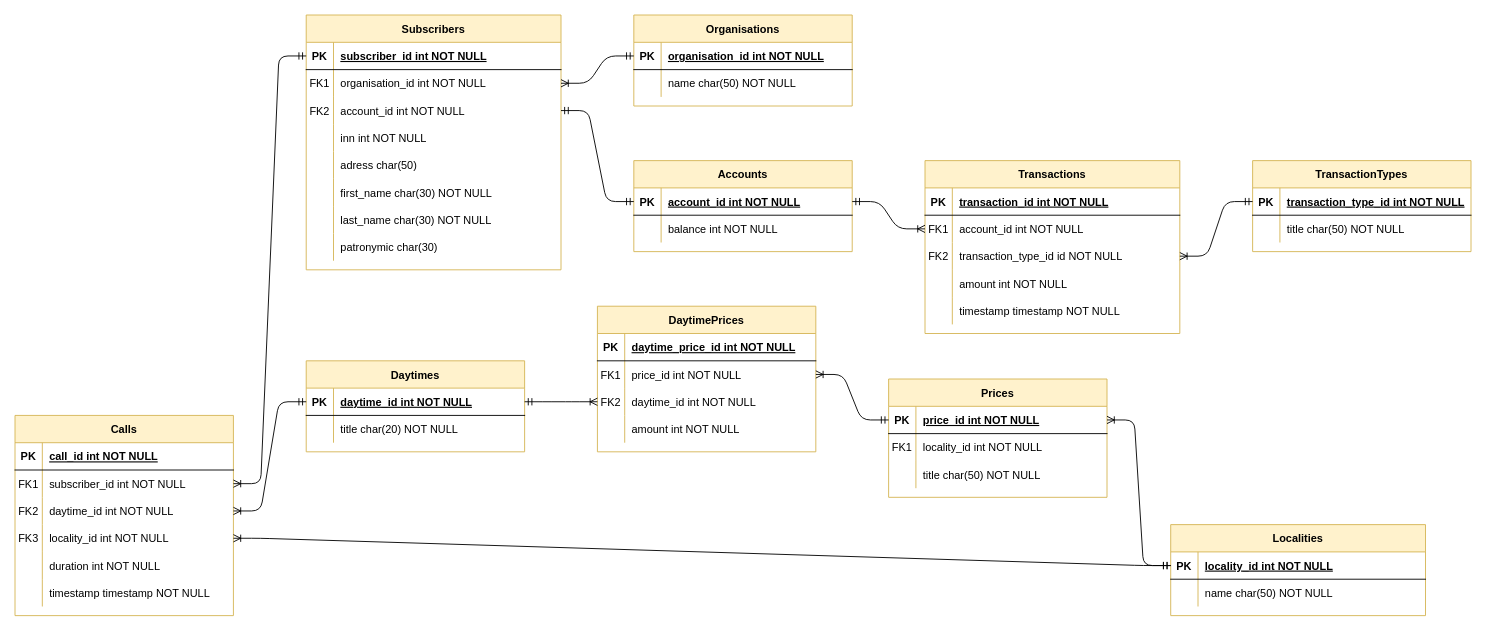
temoncher/telephone-company-api keeps this draw.io diagram as DBSchema.drawio. Above is the earlier version. Source tidied: cells renumbered, new cells numbered last; positions are measured from the earlier drawing's top-left corner, leaving out a move shared by most shapes. Both pictures are drawn from the tidied source at 91%, with x=0, y=0 at pixel (15, 15).
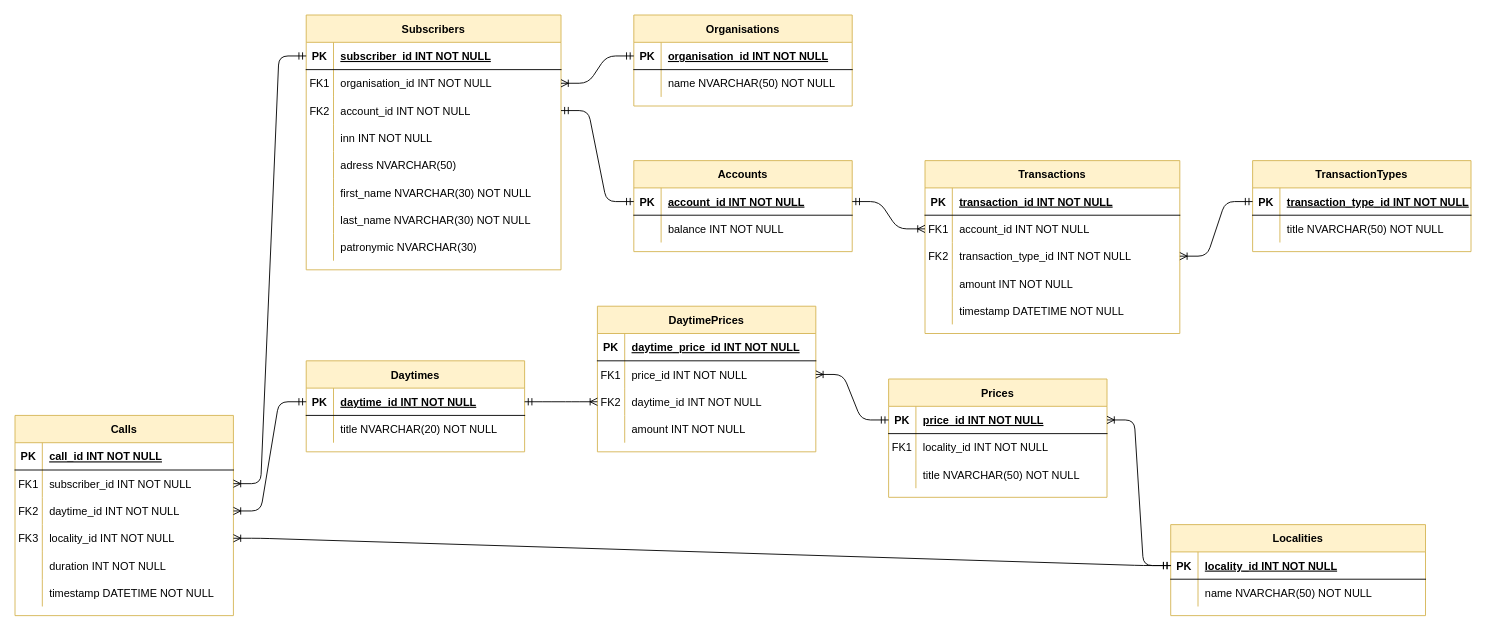
The same diagram, later.

Unchanged cells that the change refers to:
```xml
<mxCell id="3" style="shape=partialRectangle;fillColor=none;points=[[0,0.5],[1,0.5]];portConstraint=eastwest;top=0;left=0;right=0;bottom=1;" parent="2" vertex="1">
<mxCell id="6" style="shape=partialRectangle;fillColor=none;top=0;left=0;right=0;bottom=0;" parent="2" vertex="1">
<mxCell id="10" style="shape=partialRectangle;fillColor=none;points=[[0,0.5],[1,0.5]];portConstraint=eastwest;top=0;left=0;right=0;bottom=1;" parent="9" vertex="1">
<mxCell id="13" style="shape=partialRectangle;fillColor=none;top=0;left=0;right=0;bottom=0;" parent="9" vertex="1">
<mxCell id="17" style="shape=partialRectangle;fillColor=none;points=[[0,0.5],[1,0.5]];portConstraint=eastwest;top=0;left=0;right=0;bottom=1;" parent="16" vertex="1">
<mxCell id="20" style="shape=partialRectangle;fillColor=none;points=[[0,0.5],[1,0.5]];portConstraint=eastwest;top=0;left=0;right=0;bottom=0;" parent="16" vertex="1">
<mxCell id="23" style="shape=partialRectangle;fillColor=none;points=[[0,0.5],[1,0.5]];portConstraint=eastwest;top=0;left=0;right=0;bottom=0;" parent="16" vertex="1">
<mxCell id="26" style="shape=partialRectangle;fillColor=none;top=0;left=0;right=0;bottom=0;" parent="16" vertex="1">
<mxCell id="29" style="shape=partialRectangle;fillColor=none;top=0;left=0;right=0;bottom=0;" parent="16" vertex="1">
<mxCell id="32" style="shape=partialRectangle;fillColor=none;top=0;left=0;right=0;bottom=0;" parent="16" vertex="1">
<mxCell id="35" style="shape=partialRectangle;fillColor=none;top=0;left=0;right=0;bottom=0;" parent="16" vertex="1">
<mxCell id="38" style="shape=partialRectangle;fillColor=none;top=0;left=0;right=0;bottom=0;" parent="16" vertex="1">
<mxCell id="43" style="shape=partialRectangle;fillColor=none;top=0;left=0;bottom=1;right=0;" parent="42" vertex="1">
<mxCell id="46" style="shape=partialRectangle;fillColor=none;top=0;left=0;bottom=0;right=0;points=[[0,0.5],[1,0.5]];portConstraint=eastwest;" parent="42" vertex="1">
<mxCell id="49" style="shape=partialRectangle;fillColor=none;top=0;left=0;bottom=0;right=0;points=[[0,0.5],[1,0.5]];portConstraint=eastwest;" parent="42" vertex="1">
<mxCell id="52" style="shape=partialRectangle;fillColor=none;top=0;left=0;bottom=0;right=0;" parent="42" vertex="1">
<mxCell id="55" style="shape=partialRectangle;fillColor=none;top=0;left=0;bottom=0;right=0;" parent="42" vertex="1">
<mxCell id="59" style="shape=partialRectangle;fillColor=none;top=0;left=0;bottom=1;right=0;points=[[0,0.5],[1,0.5]];portConstraint=eastwest;" parent="58" vertex="1">
<mxCell id="62" style="shape=partialRectangle;fillColor=none;top=0;left=0;bottom=0;right=0;" parent="58" vertex="1">
<mxCell id="66" style="shape=partialRectangle;fillColor=none;top=0;left=0;bottom=1;right=0;points=[[0,0.5],[1,0.5]];portConstraint=eastwest;" parent="65" vertex="1">
<mxCell id="69" style="shape=partialRectangle;fillColor=none;top=0;left=0;bottom=0;right=0;" parent="65" vertex="1">
<mxCell id="72" style="shape=partialRectangle;fillColor=none;top=0;left=0;bottom=0;right=0;" parent="65" vertex="1">
<mxCell id="76" style="shape=partialRectangle;fillColor=none;top=0;left=0;bottom=1;right=0;" parent="75" vertex="1">
<mxCell id="79" style="shape=partialRectangle;fillColor=none;top=0;left=0;bottom=0;right=0;points=[[0,0.5],[1,0.5]];portConstraint=eastwest;" parent="75" vertex="1">
<mxCell id="82" style="shape=partialRectangle;fillColor=none;top=0;left=0;bottom=0;right=0;points=[[0,0.5],[1,0.5]];portConstraint=eastwest;" parent="75" vertex="1">
<mxCell id="85" style="shape=partialRectangle;fillColor=none;top=0;left=0;bottom=0;right=0;" parent="75" vertex="1">
<mxCell id="93" style="shape=partialRectangle;fillColor=none;top=0;left=0;bottom=1;right=0;" parent="92" vertex="1">
<mxCell id="96" style="shape=partialRectangle;fillColor=none;top=0;left=0;bottom=0;right=0;points=[[0,0.5],[1,0.5]];portConstraint=eastwest;" parent="92" vertex="1">
<mxCell id="99" style="shape=partialRectangle;fillColor=none;top=0;left=0;bottom=0;right=0;points=[[0,0.5],[1,0.5]];portConstraint=eastwest;" parent="92" vertex="1">
<mxCell id="102" style="shape=partialRectangle;fillColor=none;top=0;left=0;bottom=0;right=0;points=[[0,0.5],[1,0.5]];portConstraint=eastwest;" parent="92" vertex="1">
<mxCell id="105" style="shape=partialRectangle;fillColor=none;top=0;left=0;bottom=0;right=0;" parent="92" vertex="1">
<mxCell id="108" style="shape=partialRectangle;fillColor=none;top=0;left=0;bottom=0;right=0;" parent="92" vertex="1">
<mxCell id="114" style="shape=partialRectangle;fillColor=none;top=0;left=0;bottom=1;right=0;points=[[0,0.5],[1,0.5]];portConstraint=eastwest;" parent="113" vertex="1">
<mxCell id="117" style="shape=partialRectangle;fillColor=none;top=0;left=0;bottom=0;right=0;" parent="113" vertex="1">
<mxCell id="123" style="shape=partialRectangle;fillColor=none;top=0;left=0;bottom=1;right=0;points=[[0,0.5],[1,0.5]];portConstraint=eastwest;" parent="122" vertex="1">
<mxCell id="126" style="shape=partialRectangle;fillColor=none;top=0;left=0;bottom=0;right=0;" parent="122" vertex="1">
```

What changed in the source:
```diff
@@
-    <mxCell id="5" value="organisation_id int NOT NULL " style="shape=partialRectangle;overflow=hidden;fillColor=none;top=0;left=0;bottom=0;right=0;align=left;spacingLeft=6;fontStyle=5;" parent="3" vertex="1">
+    <mxCell id="5" value="organisation_id INT NOT NULL " style="shape=partialRectangle;overflow=hidden;fillColor=none;top=0;left=0;bottom=0;right=0;align=left;spacingLeft=6;fontStyle=5;" parent="3" vertex="1">
       <mxGeometry x="30" width="210" height="30" as="geometry" />
     </mxCell>
@@
-    <mxCell id="8" value="name char(50) NOT NULL" style="shape=partialRectangle;overflow=hidden;fillColor=none;top=0;left=0;bottom=0;right=0;align=left;spacingLeft=6;" parent="6" vertex="1">
+    <mxCell id="8" value="name NVARCHAR(50) NOT NULL" style="shape=partialRectangle;overflow=hidden;fillColor=none;top=0;left=0;bottom=0;right=0;align=left;spacingLeft=6;" parent="6" vertex="1">
       <mxGeometry x="30" width="210" height="30" as="geometry" />
     </mxCell>
@@
-    <mxCell id="12" value="account_id int NOT NULL " style="shape=partialRectangle;overflow=hidden;fillColor=none;top=0;left=0;bottom=0;right=0;align=left;spacingLeft=6;fontStyle=5;" parent="10" vertex="1">
+    <mxCell id="12" value="account_id INT NOT NULL " style="shape=partialRectangle;overflow=hidden;fillColor=none;top=0;left=0;bottom=0;right=0;align=left;spacingLeft=6;fontStyle=5;" parent="10" vertex="1">
       <mxGeometry x="30" width="210" height="30" as="geometry" />
     </mxCell>
@@
-    <mxCell id="15" value="balance int NOT NULL" style="shape=partialRectangle;overflow=hidden;fillColor=none;top=0;left=0;bottom=0;right=0;align=left;spacingLeft=6;" parent="13" vertex="1">
+    <mxCell id="15" value="balance INT NOT NULL" style="shape=partialRectangle;overflow=hidden;fillColor=none;top=0;left=0;bottom=0;right=0;align=left;spacingLeft=6;" parent="13" vertex="1">
       <mxGeometry x="30" width="210" height="30" as="geometry" />
     </mxCell>
@@
-    <mxCell id="19" value="subscriber_id int NOT NULL " style="shape=partialRectangle;overflow=hidden;fillColor=none;top=0;left=0;bottom=0;right=0;align=left;spacingLeft=6;fontStyle=5;" parent="17" vertex="1">
+    <mxCell id="19" value="subscriber_id INT NOT NULL " style="shape=partialRectangle;overflow=hidden;fillColor=none;top=0;left=0;bottom=0;right=0;align=left;spacingLeft=6;fontStyle=5;" parent="17" vertex="1">
       <mxGeometry x="30" width="250" height="30" as="geometry" />
     </mxCell>
@@
-    <mxCell id="22" value="organisation_id int NOT NULL" style="shape=partialRectangle;overflow=hidden;fillColor=none;top=0;left=0;bottom=0;right=0;align=left;spacingLeft=6;" parent="20" vertex="1">
+    <mxCell id="22" value="organisation_id INT NOT NULL" style="shape=partialRectangle;overflow=hidden;fillColor=none;top=0;left=0;bottom=0;right=0;align=left;spacingLeft=6;" parent="20" vertex="1">
       <mxGeometry x="30" width="250" height="30" as="geometry" />
     </mxCell>
@@
-    <mxCell id="25" value="account_id int NOT NULL" style="shape=partialRectangle;overflow=hidden;fillColor=none;top=0;left=0;bottom=0;right=0;align=left;spacingLeft=6;" parent="23" vertex="1">
+    <mxCell id="25" value="account_id INT NOT NULL" style="shape=partialRectangle;overflow=hidden;fillColor=none;top=0;left=0;bottom=0;right=0;align=left;spacingLeft=6;" parent="23" vertex="1">
       <mxGeometry x="30" width="250" height="30" as="geometry" />
     </mxCell>
@@
-    <mxCell id="28" value="inn int NOT NULL" style="shape=partialRectangle;overflow=hidden;fillColor=none;top=0;left=0;bottom=0;right=0;align=left;spacingLeft=6;" parent="26" vertex="1">
+    <mxCell id="28" value="inn INT NOT NULL" style="shape=partialRectangle;overflow=hidden;fillColor=none;top=0;left=0;bottom=0;right=0;align=left;spacingLeft=6;" parent="26" vertex="1">
       <mxGeometry x="30" width="250" height="30" as="geometry" />
     </mxCell>
@@
-    <mxCell id="31" value="adress char(50)" style="shape=partialRectangle;overflow=hidden;fillColor=none;top=0;left=0;bottom=0;right=0;align=left;spacingLeft=6;" parent="29" vertex="1">
+    <mxCell id="31" value="adress NVARCHAR(50)" style="shape=partialRectangle;overflow=hidden;fillColor=none;top=0;left=0;bottom=0;right=0;align=left;spacingLeft=6;" parent="29" vertex="1">
       <mxGeometry x="30" width="250" height="30" as="geometry" />
     </mxCell>
@@
-    <mxCell id="34" value="first_name char(30) NOT NULL" style="shape=partialRectangle;overflow=hidden;fillColor=none;top=0;left=0;bottom=0;right=0;align=left;spacingLeft=6;" parent="32" vertex="1">
+    <mxCell id="34" value="first_name NVARCHAR(30) NOT NULL" style="shape=partialRectangle;overflow=hidden;fillColor=none;top=0;left=0;bottom=0;right=0;align=left;spacingLeft=6;" parent="32" vertex="1">
       <mxGeometry x="30" width="250" height="30" as="geometry" />
     </mxCell>
@@
-    <mxCell id="37" value="last_name char(30) NOT NULL" style="shape=partialRectangle;overflow=hidden;fillColor=none;top=0;left=0;bottom=0;right=0;align=left;spacingLeft=6;" parent="35" vertex="1">
+    <mxCell id="37" value="last_name NVARCHAR(30) NOT NULL" style="shape=partialRectangle;overflow=hidden;fillColor=none;top=0;left=0;bottom=0;right=0;align=left;spacingLeft=6;" parent="35" vertex="1">
       <mxGeometry x="30" width="250" height="30" as="geometry" />
     </mxCell>
@@
-    <mxCell id="40" value="patronymic char(30)" style="shape=partialRectangle;overflow=hidden;fillColor=none;top=0;left=0;bottom=0;right=0;align=left;spacingLeft=6;" parent="38" vertex="1">
+    <mxCell id="40" value="patronymic NVARCHAR(30)" style="shape=partialRectangle;overflow=hidden;fillColor=none;top=0;left=0;bottom=0;right=0;align=left;spacingLeft=6;" parent="38" vertex="1">
       <mxGeometry x="30" width="250" height="30" as="geometry" />
     </mxCell>
@@
-    <mxCell id="45" value="transaction_id int NOT NULL" style="shape=partialRectangle;fillColor=none;top=0;left=0;bottom=0;right=0;align=left;spacingLeft=6;fontStyle=5;overflow=hidden;" parent="43" vertex="1">
+    <mxCell id="45" value="transaction_id INT NOT NULL" style="shape=partialRectangle;fillColor=none;top=0;left=0;bottom=0;right=0;align=left;spacingLeft=6;fontStyle=5;overflow=hidden;" parent="43" vertex="1">
       <mxGeometry x="30" width="250" height="30" as="geometry" />
     </mxCell>
@@
-    <mxCell id="48" value="account_id int NOT NULL" style="shape=partialRectangle;fillColor=none;top=0;left=0;bottom=0;right=0;align=left;spacingLeft=6;overflow=hidden;" parent="46" vertex="1">
+    <mxCell id="48" value="account_id INT NOT NULL" style="shape=partialRectangle;fillColor=none;top=0;left=0;bottom=0;right=0;align=left;spacingLeft=6;overflow=hidden;" parent="46" vertex="1">
       <mxGeometry x="30" width="250" height="30" as="geometry" />
     </mxCell>
@@
-    <mxCell id="51" value="transaction_type_id id NOT NULL" style="shape=partialRectangle;fillColor=none;top=0;left=0;bottom=0;right=0;align=left;spacingLeft=6;overflow=hidden;" parent="49" vertex="1">
+    <mxCell id="51" value="transaction_type_id INT NOT NULL" style="shape=partialRectangle;fillColor=none;top=0;left=0;bottom=0;right=0;align=left;spacingLeft=6;overflow=hidden;" parent="49" vertex="1">
       <mxGeometry x="30" width="250" height="30" as="geometry" />
     </mxCell>
@@
-    <mxCell id="54" value="amount int NOT NULL" style="shape=partialRectangle;fillColor=none;top=0;left=0;bottom=0;right=0;align=left;spacingLeft=6;overflow=hidden;" parent="52" vertex="1">
+    <mxCell id="54" value="amount INT NOT NULL" style="shape=partialRectangle;fillColor=none;top=0;left=0;bottom=0;right=0;align=left;spacingLeft=6;overflow=hidden;" parent="52" vertex="1">
       <mxGeometry x="30" width="250" height="30" as="geometry" />
     </mxCell>
@@
-    <mxCell id="57" value="timestamp timestamp NOT NULL" style="shape=partialRectangle;fillColor=none;top=0;left=0;bottom=0;right=0;align=left;spacingLeft=6;overflow=hidden;" parent="55" vertex="1">
+    <mxCell id="57" value="timestamp DATETIME NOT NULL" style="shape=partialRectangle;fillColor=none;top=0;left=0;bottom=0;right=0;align=left;spacingLeft=6;overflow=hidden;" parent="55" vertex="1">
       <mxGeometry x="30" width="250" height="30" as="geometry" />
     </mxCell>
@@
-    <mxCell id="61" value="locality_id int NOT NULL" style="shape=partialRectangle;fillColor=none;top=0;left=0;bottom=0;right=0;align=left;spacingLeft=6;fontStyle=5;overflow=hidden;" parent="59" vertex="1">
+    <mxCell id="61" value="locality_id INT NOT NULL" style="shape=partialRectangle;fillColor=none;top=0;left=0;bottom=0;right=0;align=left;spacingLeft=6;fontStyle=5;overflow=hidden;" parent="59" vertex="1">
       <mxGeometry x="30" width="250" height="30" as="geometry" />
     </mxCell>
@@
-    <mxCell id="64" value="name char(50) NOT NULL" style="shape=partialRectangle;fillColor=none;top=0;left=0;bottom=0;right=0;align=left;spacingLeft=6;overflow=hidden;" parent="62" vertex="1">
+    <mxCell id="64" value="name NVARCHAR(50) NOT NULL" style="shape=partialRectangle;fillColor=none;top=0;left=0;bottom=0;right=0;align=left;spacingLeft=6;overflow=hidden;" parent="62" vertex="1">
       <mxGeometry x="30" width="250" height="30" as="geometry" />
     </mxCell>
@@
-    <mxCell id="68" value="price_id int NOT NULL" style="shape=partialRectangle;fillColor=none;top=0;left=0;bottom=0;right=0;align=left;spacingLeft=6;fontStyle=5;overflow=hidden;" parent="66" vertex="1">
+    <mxCell id="68" value="price_id INT NOT NULL" style="shape=partialRectangle;fillColor=none;top=0;left=0;bottom=0;right=0;align=left;spacingLeft=6;fontStyle=5;overflow=hidden;" parent="66" vertex="1">
       <mxGeometry x="30" width="210" height="30" as="geometry" />
     </mxCell>
@@
-    <mxCell id="71" value="locality_id int NOT NULL" style="shape=partialRectangle;fillColor=none;top=0;left=0;bottom=0;right=0;align=left;spacingLeft=6;overflow=hidden;" parent="69" vertex="1">
+    <mxCell id="71" value="locality_id INT NOT NULL" style="shape=partialRectangle;fillColor=none;top=0;left=0;bottom=0;right=0;align=left;spacingLeft=6;overflow=hidden;" parent="69" vertex="1">
       <mxGeometry x="30" width="210" height="30" as="geometry" />
     </mxCell>
@@
-    <mxCell id="74" value="title char(50) NOT NULL" style="shape=partialRectangle;fillColor=none;top=0;left=0;bottom=0;right=0;align=left;spacingLeft=6;overflow=hidden;" parent="72" vertex="1">
+    <mxCell id="74" value="title NVARCHAR(50) NOT NULL" style="shape=partialRectangle;fillColor=none;top=0;left=0;bottom=0;right=0;align=left;spacingLeft=6;overflow=hidden;" parent="72" vertex="1">
       <mxGeometry x="30" width="210" height="30" as="geometry" />
     </mxCell>
@@
-    <mxCell id="78" value="daytime_price_id int NOT NULL" style="shape=partialRectangle;fillColor=none;top=0;left=0;bottom=0;right=0;align=left;spacingLeft=6;fontStyle=5;overflow=hidden;" parent="76" vertex="1">
+    <mxCell id="78" value="daytime_price_id INT NOT NULL" style="shape=partialRectangle;fillColor=none;top=0;left=0;bottom=0;right=0;align=left;spacingLeft=6;fontStyle=5;overflow=hidden;" parent="76" vertex="1">
       <mxGeometry x="30" width="210" height="30" as="geometry" />
     </mxCell>
@@
-    <mxCell id="81" value="price_id int NOT NULL" style="shape=partialRectangle;fillColor=none;top=0;left=0;bottom=0;right=0;align=left;spacingLeft=6;overflow=hidden;" parent="79" vertex="1">
+    <mxCell id="81" value="price_id INT NOT NULL" style="shape=partialRectangle;fillColor=none;top=0;left=0;bottom=0;right=0;align=left;spacingLeft=6;overflow=hidden;" parent="79" vertex="1">
       <mxGeometry x="30" width="210" height="30" as="geometry" />
     </mxCell>
@@
-    <mxCell id="84" value="daytime_id int NOT NULL" style="shape=partialRectangle;fillColor=none;top=0;left=0;bottom=0;right=0;align=left;spacingLeft=6;overflow=hidden;" parent="82" vertex="1">
+    <mxCell id="84" value="daytime_id INT NOT NULL" style="shape=partialRectangle;fillColor=none;top=0;left=0;bottom=0;right=0;align=left;spacingLeft=6;overflow=hidden;" parent="82" vertex="1">
       <mxGeometry x="30" width="210" height="30" as="geometry" />
     </mxCell>
@@
-    <mxCell id="87" value="amount int NOT NULL" style="shape=partialRectangle;fillColor=none;top=0;left=0;bottom=0;right=0;align=left;spacingLeft=6;overflow=hidden;" parent="85" vertex="1">
+    <mxCell id="87" value="amount INT NOT NULL" style="shape=partialRectangle;fillColor=none;top=0;left=0;bottom=0;right=0;align=left;spacingLeft=6;overflow=hidden;" parent="85" vertex="1">
       <mxGeometry x="30" width="210" height="30" as="geometry" />
     </mxCell>
@@
-    <mxCell id="95" value="call_id int NOT NULL" style="shape=partialRectangle;fillColor=none;top=0;left=0;bottom=0;right=0;align=left;spacingLeft=6;fontStyle=5;overflow=hidden;" parent="93" vertex="1">
+    <mxCell id="95" value="call_id INT NOT NULL" style="shape=partialRectangle;fillColor=none;top=0;left=0;bottom=0;right=0;align=left;spacingLeft=6;fontStyle=5;overflow=hidden;" parent="93" vertex="1">
       <mxGeometry x="30" width="210" height="30" as="geometry" />
     </mxCell>
@@
-    <mxCell id="98" value="subscriber_id int NOT NULL" style="shape=partialRectangle;fillColor=none;top=0;left=0;bottom=0;right=0;align=left;spacingLeft=6;overflow=hidden;" parent="96" vertex="1">
+    <mxCell id="98" value="subscriber_id INT NOT NULL" style="shape=partialRectangle;fillColor=none;top=0;left=0;bottom=0;right=0;align=left;spacingLeft=6;overflow=hidden;" parent="96" vertex="1">
       <mxGeometry x="30" width="210" height="30" as="geometry" />
     </mxCell>
@@
-    <mxCell id="101" value="daytime_id int NOT NULL" style="shape=partialRectangle;fillColor=none;top=0;left=0;bottom=0;right=0;align=left;spacingLeft=6;overflow=hidden;" parent="99" vertex="1">
+    <mxCell id="101" value="daytime_id INT NOT NULL" style="shape=partialRectangle;fillColor=none;top=0;left=0;bottom=0;right=0;align=left;spacingLeft=6;overflow=hidden;" parent="99" vertex="1">
       <mxGeometry x="30" width="210" height="30" as="geometry" />
     </mxCell>
@@
-    <mxCell id="104" value="locality_id int NOT NULL" style="shape=partialRectangle;fillColor=none;top=0;left=0;bottom=0;right=0;align=left;spacingLeft=6;overflow=hidden;" parent="102" vertex="1">
+    <mxCell id="104" value="locality_id INT NOT NULL" style="shape=partialRectangle;fillColor=none;top=0;left=0;bottom=0;right=0;align=left;spacingLeft=6;overflow=hidden;" parent="102" vertex="1">
       <mxGeometry x="30" width="210" height="30" as="geometry" />
     </mxCell>
@@
-    <mxCell id="107" value="duration int NOT NULL" style="shape=partialRectangle;fillColor=none;top=0;left=0;bottom=0;right=0;align=left;spacingLeft=6;overflow=hidden;" parent="105" vertex="1">
+    <mxCell id="107" value="duration INT NOT NULL" style="shape=partialRectangle;fillColor=none;top=0;left=0;bottom=0;right=0;align=left;spacingLeft=6;overflow=hidden;" parent="105" vertex="1">
       <mxGeometry x="30" width="210" height="30" as="geometry" />
     </mxCell>
@@
-    <mxCell id="110" value="timestamp timestamp NOT NULL" style="shape=partialRectangle;fillColor=none;top=0;left=0;bottom=0;right=0;align=left;spacingLeft=6;overflow=hidden;" parent="108" vertex="1">
+    <mxCell id="110" value="timestamp DATETIME NOT NULL" style="shape=partialRectangle;fillColor=none;top=0;left=0;bottom=0;right=0;align=left;spacingLeft=6;overflow=hidden;" parent="108" vertex="1">
       <mxGeometry x="30" width="210" height="30" as="geometry" />
     </mxCell>
@@
-    <mxCell id="116" value="daytime_id int NOT NULL" style="shape=partialRectangle;fillColor=none;top=0;left=0;bottom=0;right=0;align=left;spacingLeft=6;fontStyle=5;overflow=hidden;" parent="114" vertex="1">
+    <mxCell id="116" value="daytime_id INT NOT NULL" style="shape=partialRectangle;fillColor=none;top=0;left=0;bottom=0;right=0;align=left;spacingLeft=6;fontStyle=5;overflow=hidden;" parent="114" vertex="1">
       <mxGeometry x="30" width="210" height="30" as="geometry" />
     </mxCell>
@@
-    <mxCell id="119" value="title char(20) NOT NULL" style="shape=partialRectangle;fillColor=none;top=0;left=0;bottom=0;right=0;align=left;spacingLeft=6;overflow=hidden;" parent="117" vertex="1">
+    <mxCell id="119" value="title NVARCHAR(20) NOT NULL" style="shape=partialRectangle;fillColor=none;top=0;left=0;bottom=0;right=0;align=left;spacingLeft=6;overflow=hidden;" parent="117" vertex="1">
       <mxGeometry x="30" width="210" height="30" as="geometry" />
     </mxCell>
@@
-    <mxCell id="125" value="transaction_type_id int NOT NULL" style="shape=partialRectangle;fillColor=none;top=0;left=0;bottom=0;right=0;align=left;spacingLeft=6;fontStyle=5;overflow=hidden;" parent="123" vertex="1">
+    <mxCell id="125" value="transaction_type_id INT NOT NULL" style="shape=partialRectangle;fillColor=none;top=0;left=0;bottom=0;right=0;align=left;spacingLeft=6;fontStyle=5;overflow=hidden;" parent="123" vertex="1">
       <mxGeometry x="30" width="210" height="30" as="geometry" />
     </mxCell>
@@
-    <mxCell id="128" value="title char(50) NOT NULL" style="shape=partialRectangle;fillColor=none;top=0;left=0;bottom=0;right=0;align=left;spacingLeft=6;overflow=hidden;" parent="126" vertex="1">
+    <mxCell id="128" value="title NVARCHAR(50) NOT NULL" style="shape=partialRectangle;fillColor=none;top=0;left=0;bottom=0;right=0;align=left;spacingLeft=6;overflow=hidden;" parent="126" vertex="1">
       <mxGeometry x="30" width="210" height="30" as="geometry" />
     </mxCell>
```
